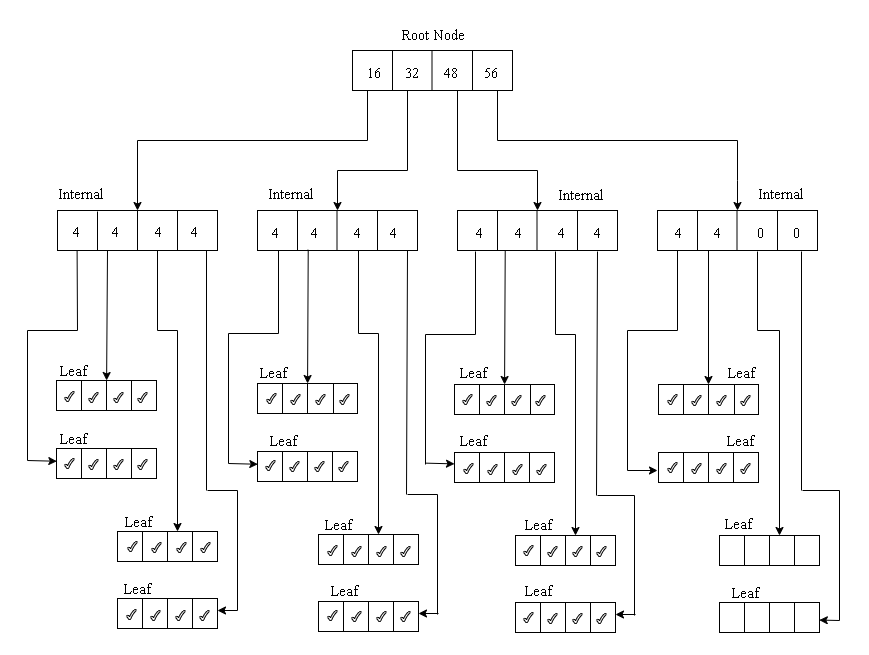
Above: m-wayTrees/drawings/struc2.drawio.png in Quentin-Jimenez/CPE593-Chaining (draw.io), before the change. Source tidied: cells renumbered, new cells last; positions are measured from the earlier drawing's top-left corner, leaving out a move shared by most shapes.
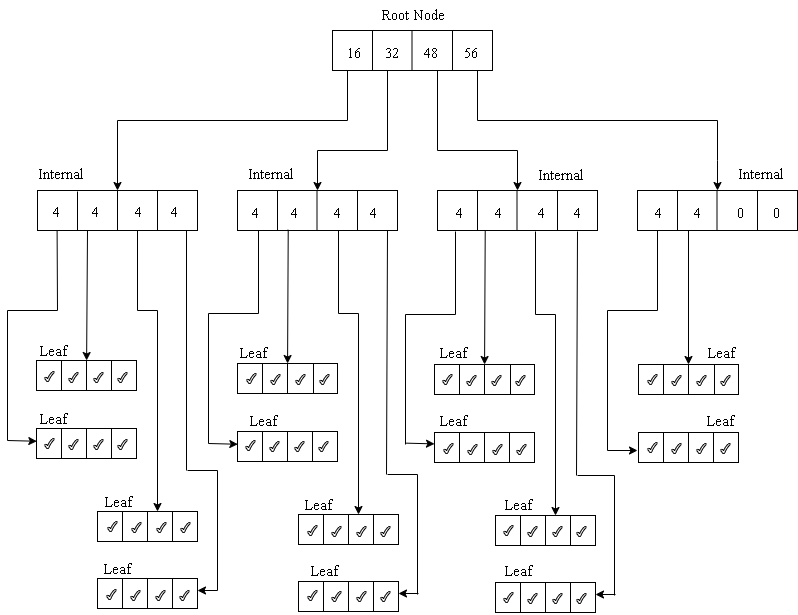
After the commit.

The edit, as a diff of the source:
```diff
@@ -545,18 +545,6 @@
     <mxCell id="120" style="endArrow=none;html=1;rounded=0;exitX=0.5;exitY=1;exitDx=0;exitDy=0;entryX=0.5;entryY=0;entryDx=0;entryDy=0;" parent="1" edge="1" source="118" target="118">
       <mxGeometry relative="1" as="geometry" />
     </mxCell>
-    <mxCell id="121" style="rounded=0;whiteSpace=wrap;html=1;" parent="1" vertex="1">
-      <mxGeometry x="692" y="515" width="100" height="30" as="geometry" />
-    </mxCell>
-    <mxCell id="122" style="endArrow=none;html=1;rounded=0;exitX=0.25;exitY=1;exitDx=0;exitDy=0;entryX=0.25;entryY=0;entryDx=0;entryDy=0;" parent="1" edge="1" source="121" target="121">
-      <mxGeometry relative="1" as="geometry" />
-    </mxCell>
-    <mxCell id="123" style="endArrow=none;html=1;rounded=0;exitX=0.5;exitY=1;exitDx=0;exitDy=0;entryX=0.5;entryY=0;entryDx=0;entryDy=0;" parent="1" edge="1" source="121" target="121">
-      <mxGeometry relative="1" as="geometry" />
-    </mxCell>
-    <mxCell id="124" style="endArrow=none;html=1;rounded=0;entryX=0.75;entryY=0;entryDx=0;entryDy=0;exitX=0.75;exitY=1;exitDx=0;exitDy=0;" parent="1" edge="1" source="121" target="121">
-      <mxGeometry relative="1" as="geometry" />
-    </mxCell>
     <mxCell id="125" style="rounded=0;whiteSpace=wrap;html=1;" parent="1" vertex="1">
       <mxGeometry x="631" y="432" width="100" height="30" as="geometry" />
     </mxCell>
@@ -569,18 +557,6 @@
     <mxCell id="128" style="endArrow=none;html=1;rounded=0;entryX=0.75;entryY=0;entryDx=0;entryDy=0;exitX=0.75;exitY=1;exitDx=0;exitDy=0;" parent="1" edge="1" source="125" target="125">
       <mxGeometry relative="1" as="geometry" />
     </mxCell>
-    <mxCell id="129" style="rounded=0;whiteSpace=wrap;html=1;" parent="1" vertex="1">
-      <mxGeometry x="692" y="582" width="100" height="30" as="geometry" />
-    </mxCell>
-    <mxCell id="130" style="endArrow=none;html=1;rounded=0;exitX=0.25;exitY=1;exitDx=0;exitDy=0;entryX=0.25;entryY=0;entryDx=0;entryDy=0;" parent="1" edge="1" source="129" target="129">
-      <mxGeometry relative="1" as="geometry" />
-    </mxCell>
-    <mxCell id="131" style="endArrow=none;html=1;rounded=0;exitX=0.5;exitY=1;exitDx=0;exitDy=0;entryX=0.5;entryY=0;entryDx=0;entryDy=0;" parent="1" edge="1" source="129" target="129">
-      <mxGeometry relative="1" as="geometry" />
-    </mxCell>
-    <mxCell id="132" style="endArrow=none;html=1;rounded=0;exitX=0.75;exitY=1;exitDx=0;exitDy=0;entryX=0.75;entryY=0;entryDx=0;entryDy=0;" parent="1" edge="1" source="129" target="129">
-      <mxGeometry relative="1" as="geometry" />
-    </mxCell>
     <mxCell id="133" style="endArrow=classic;html=1;rounded=0;" parent="1" edge="1" target="118">
       <mxGeometry relative="1" as="geometry">
         <mxPoint x="681" y="230" as="sourcePoint" />
@@ -604,47 +580,6 @@
         <mxPoint x="600" y="310" as="targetPoint" />
       </mxGeometry>
     </mxCell>
-    <mxCell id="137" style="endArrow=classic;html=1;rounded=0;" parent="1" edge="1">
-      <mxGeometry relative="1" as="geometry">
-        <mxPoint x="752" y="310" as="sourcePoint" />
-        <mxPoint x="752" y="515" as="targetPoint" />
-      </mxGeometry>
-    </mxCell>
-    <mxCell id="138" style="endArrow=none;html=1;rounded=0;" parent="1" edge="1">
-      <mxGeometry relative="1" as="geometry">
-        <mxPoint x="730" y="310" as="sourcePoint" />
-        <mxPoint x="752" y="310" as="targetPoint" />
-      </mxGeometry>
-    </mxCell>
-    <mxCell id="139" style="endArrow=none;html=1;rounded=0;" parent="1" edge="1">
-      <mxGeometry relative="1" as="geometry">
-        <mxPoint x="730" y="310" as="sourcePoint" />
-        <mxPoint x="730" y="231" as="targetPoint" />
-      </mxGeometry>
-    </mxCell>
-    <mxCell id="140" style="endArrow=classic;html=1;rounded=0;entryX=0.998;entryY=0.586;entryDx=0;entryDy=0;entryPerimeter=0;" parent="1" edge="1" target="129">
-      <mxGeometry relative="1" as="geometry">
-        <mxPoint x="812" y="600" as="sourcePoint" />
-      </mxGeometry>
-    </mxCell>
-    <mxCell id="141" style="endArrow=none;html=1;rounded=0;" parent="1" edge="1">
-      <mxGeometry relative="1" as="geometry">
-        <mxPoint x="774" y="470" as="sourcePoint" />
-        <mxPoint x="774" y="231" as="targetPoint" />
-      </mxGeometry>
-    </mxCell>
-    <mxCell id="142" style="endArrow=none;html=1;rounded=0;" parent="1" edge="1">
-      <mxGeometry relative="1" as="geometry">
-        <mxPoint x="775" y="470" as="sourcePoint" />
-        <mxPoint x="812" y="470" as="targetPoint" />
-      </mxGeometry>
-    </mxCell>
-    <mxCell id="143" style="endArrow=none;html=1;rounded=0;" parent="1" edge="1">
-      <mxGeometry relative="1" as="geometry">
-        <mxPoint x="812" y="600" as="sourcePoint" />
-        <mxPoint x="812" y="470" as="targetPoint" />
-      </mxGeometry>
-    </mxCell>
     <mxCell id="144" style="endArrow=none;html=1;rounded=0;entryX=0.75;entryY=0;entryDx=0;entryDy=0;exitX=0.75;exitY=1;exitDx=0;exitDy=0;" parent="1" edge="1">
       <mxGeometry relative="1" as="geometry">
         <mxPoint x="707" y="394" as="sourcePoint" />
@@ -678,15 +613,9 @@
     <mxCell id="152" value="Leaf" style="text;html=1;align=center;verticalAlign=middle;fillColor=none;strokeColor=none;rounded=0;fontFamily=Times New Roman;fontSize=15;" parent="1" vertex="1">
       <mxGeometry x="485" y="490" width="50" height="30" as="geometry" />
     </mxCell>
-    <mxCell id="153" value="Leaf" style="text;html=1;align=center;verticalAlign=middle;fillColor=none;strokeColor=none;rounded=0;fontFamily=Times New Roman;fontSize=15;" parent="1" vertex="1">
-      <mxGeometry x="685" y="489" width="50" height="30" as="geometry" />
-    </mxCell>
     <mxCell id="154" value="Leaf" style="text;html=1;align=center;verticalAlign=middle;fillColor=none;strokeColor=none;rounded=0;fontFamily=Times New Roman;fontSize=15;" parent="1" vertex="1">
       <mxGeometry x="485" y="556" width="50" height="30" as="geometry" />
     </mxCell>
-    <mxCell id="155" value="Leaf" style="text;html=1;align=center;verticalAlign=middle;fillColor=none;strokeColor=none;rounded=0;fontFamily=Times New Roman;fontSize=15;" parent="1" vertex="1">
-      <mxGeometry x="692" y="558" width="50" height="30" as="geometry" />
-    </mxCell>
     <mxCell id="156" value="Leaf" style="text;html=1;align=center;verticalAlign=middle;fillColor=none;strokeColor=none;rounded=0;fontFamily=Times New Roman;fontSize=15;" parent="1" vertex="1">
       <mxGeometry x="687" y="406" width="50" height="30" as="geometry" />
     </mxCell>
```
